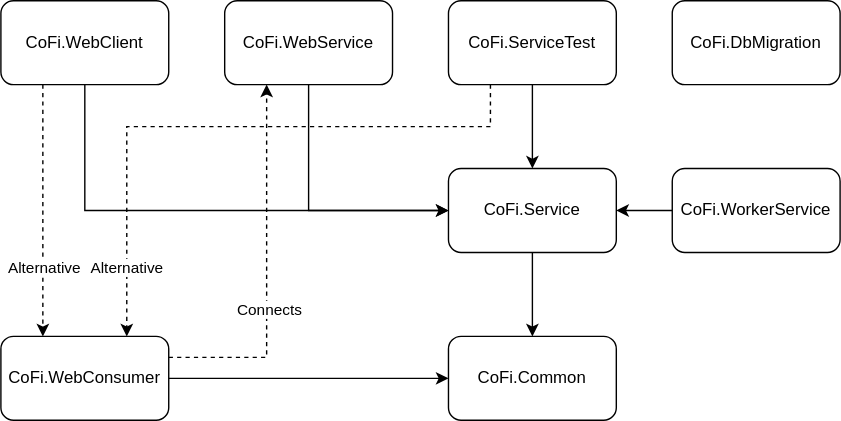
Above: Diagrams/AnaSys/CoFi/CoFi.Project.Dependencies.svg in feifel/notion (draw.io), before the change. Source tidied: cells renumbered, new cells last; positions are measured from the earlier drawing's top-left corner, leaving out a move shared by most shapes.
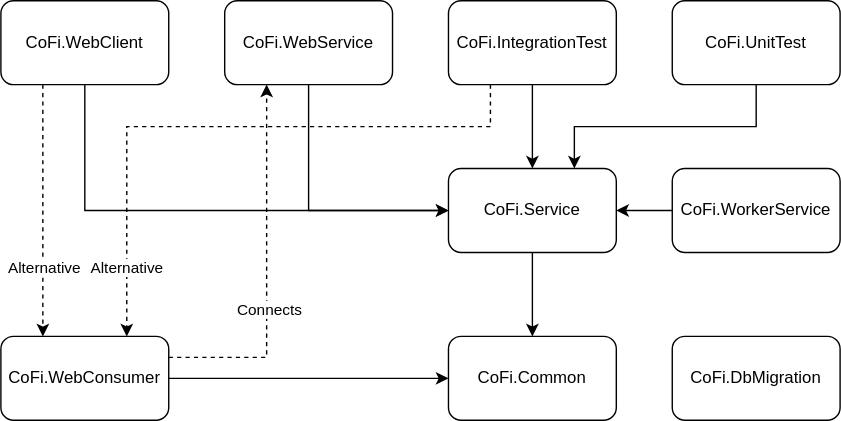
After the commit.

The edit, as a diff of the source:
```diff
@@ -59,7 +59,7 @@
         <mxPoint y="-3" as="offset" />
       </mxGeometry>
     </mxCell>
-    <mxCell id="17" value="&lt;div&gt;CoFi.ServiceTest&lt;/div&gt;" style="rounded=1;whiteSpace=wrap;html=1;" parent="1" vertex="1">
+    <mxCell id="17" value="&lt;div&gt;CoFi.IntegrationTest&lt;/div&gt;" style="rounded=1;whiteSpace=wrap;html=1;" parent="1" vertex="1">
       <mxGeometry x="320" width="120" height="60" as="geometry" />
     </mxCell>
     <mxCell id="18" style="edgeStyle=orthogonalEdgeStyle;rounded=0;jettySize=auto;html=1;exitX=0.5;exitY=1;exitDx=0;exitDy=0;entryX=0;entryY=0.5;entryDx=0;entryDy=0;" parent="1" edge="1" source="21" target="4">
@@ -77,7 +77,13 @@
       <mxGeometry width="120" height="60" as="geometry" />
     </mxCell>
     <mxCell id="22" value="&lt;div&gt;CoFi.DbMigration&lt;/div&gt;" style="rounded=1;whiteSpace=wrap;html=1;" parent="1" vertex="1">
-      <mxGeometry x="480" width="120" height="60" as="geometry" />
+      <mxGeometry x="480" y="240" width="120" height="60" as="geometry" />
     </mxCell>
+    <mxCell id="23" style="edgeStyle=orthogonalEdgeStyle;rounded=0;jettySize=auto;html=1;exitX=0.5;exitY=1;exitDx=0;exitDy=0;entryX=0.75;entryY=0;entryDx=0;entryDy=0;" parent="1" edge="1" source="24" target="4">
+      <mxGeometry relative="1" as="geometry" />
+    </mxCell>
+    <mxCell id="24" value="&lt;div&gt;CoFi.UnitTest&lt;/div&gt;" style="rounded=1;whiteSpace=wrap;html=1;" parent="1" vertex="1">
+      <mxGeometry x="480" width="120" height="60" as="geometry" />
+    </mxCell>
   </root>
 </mxGraphModel>
```
